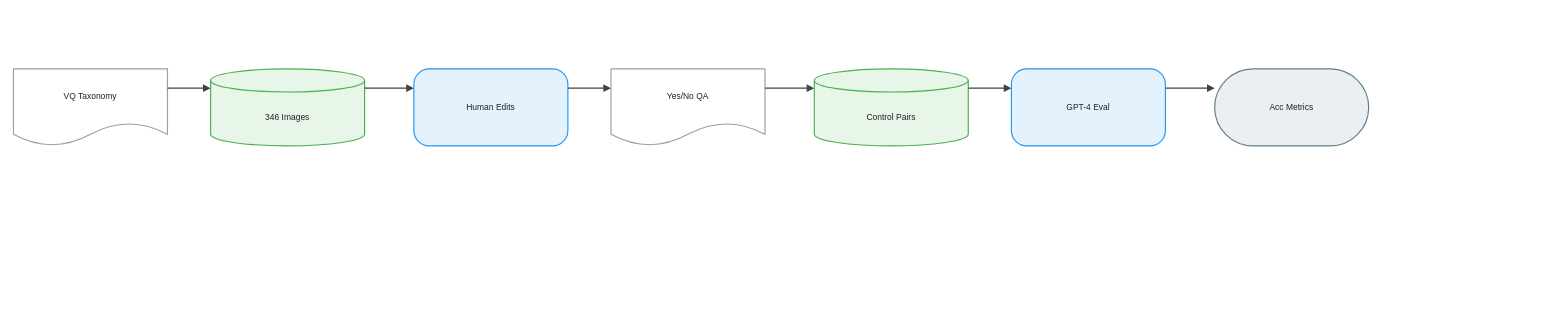
The draw.io diagram client/public/drawio/HallusionBench/HallusionBench.en.drawio in joe1chief/benchmark-hub, before the edit. Source tidied: cells renumbered, new cells numbered last; positions are measured from the earlier drawing's top-left corner, leaving out a move shared by most shapes. Both pictures are drawn from the tidied source at 77%, with x=0, y=0 at pixel (13, 69).
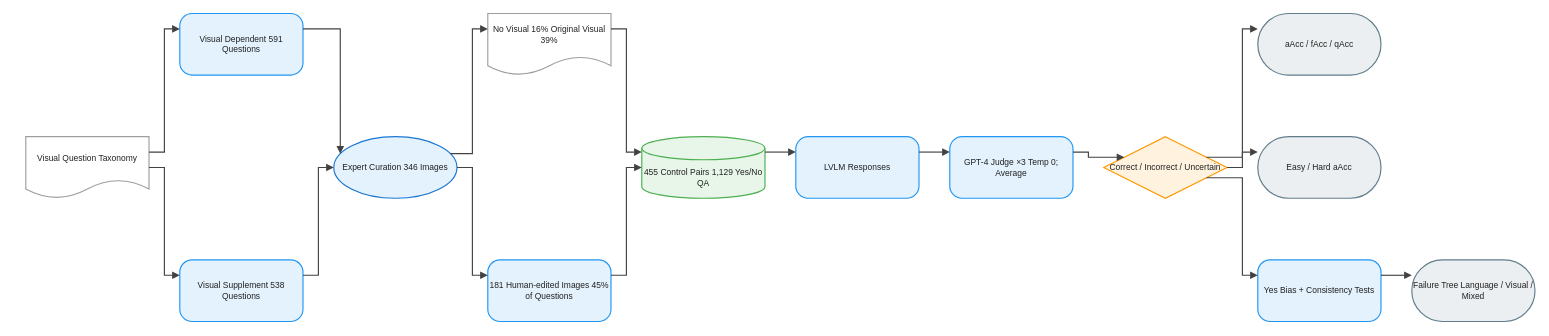
The same diagram, later.

The edit, as a diff of the source:
```diff
@@
-    <mxCell id="2" value="VQ Taxonomy" style="shape=document;boundedLbl=1;html=1;whiteSpace=wrap;fillColor=#FFFFFF;strokeColor=#9E9E9E;strokeWidth=1.5;fontColor=#212121;fontSize=11;fontFamily=Arial, Helvetica, sans-serif;verticalAlign=middle;align=center;" parent="1" vertex="1">
-      <mxGeometry width="200" height="100" as="geometry" />
+    <mxCell id="2" value="Visual Question Taxonomy" style="shape=document;boundedLbl=1;html=1;whiteSpace=wrap;fillColor=#FFFFFF;strokeColor=#9E9E9E;strokeWidth=1.5;fontColor=#212121;fontSize=11;fontFamily=Arial, Helvetica, sans-serif;verticalAlign=middle;align=center;" parent="1" vertex="1">
+      <mxGeometry x="16" y="88" width="160" height="80" as="geometry" />
     </mxCell>
-    <mxCell id="3" value="346 Images" style="shape=cylinder3;boundedLbl=1;backgroundOutline=1;size=15;html=1;whiteSpace=wrap;fillColor=#E8F5E9;strokeColor=#4CAF50;strokeWidth=1.5;fontColor=#212121;fontSize=11;fontFamily=Arial, Helvetica, sans-serif;verticalAlign=middle;align=center;" parent="1" vertex="1">
-      <mxGeometry x="256" width="200" height="100" as="geometry" />
+    <mxCell id="3" value="Visual Dependent 591 Questions" style="rounded=1;arcSize=20;html=1;whiteSpace=wrap;fillColor=#E3F2FD;strokeColor=#2196F3;strokeWidth=1.5;fontColor=#212121;fontSize=11;fontFamily=Arial, Helvetica, sans-serif;verticalAlign=middle;align=center;" parent="1" vertex="1">
+      <mxGeometry x="216" y="-72" width="160" height="80" as="geometry" />
     </mxCell>
-    <mxCell id="4" value="Human Edits" style="rounded=1;arcSize=20;html=1;whiteSpace=wrap;fillColor=#E3F2FD;strokeColor=#2196F3;strokeWidth=1.5;fontColor=#212121;fontSize=11;fontFamily=Arial, Helvetica, sans-serif;verticalAlign=middle;align=center;" parent="1" vertex="1">
-      <mxGeometry x="520" width="200" height="100" as="geometry" />
+    <mxCell id="4" value="Visual Supplement 538 Questions" style="rounded=1;arcSize=20;html=1;whiteSpace=wrap;fillColor=#E3F2FD;strokeColor=#2196F3;strokeWidth=1.5;fontColor=#212121;fontSize=11;fontFamily=Arial, Helvetica, sans-serif;verticalAlign=middle;align=center;" parent="1" vertex="1">
+      <mxGeometry x="216" y="248" width="160" height="80" as="geometry" />
     </mxCell>
-    <mxCell id="5" value="Yes/No QA" style="shape=document;boundedLbl=1;html=1;whiteSpace=wrap;fillColor=#FFFFFF;strokeColor=#9E9E9E;strokeWidth=1.5;fontColor=#212121;fontSize=11;fontFamily=Arial, Helvetica, sans-serif;verticalAlign=middle;align=center;" parent="1" vertex="1">
-      <mxGeometry x="776" width="200" height="100" as="geometry" />
+    <mxCell id="5" value="Expert Curation 346 Images" style="ellipse;html=1;whiteSpace=wrap;fillColor=#E3F2FD;strokeColor=#1976D2;strokeWidth=1.5;fontColor=#212121;fontSize=11;fontFamily=Arial, Helvetica, sans-serif;verticalAlign=middle;align=center;" parent="1" vertex="1">
+      <mxGeometry x="416" y="88" width="160" height="80" as="geometry" />
     </mxCell>
-    <mxCell id="6" value="Control Pairs" style="shape=cylinder3;boundedLbl=1;backgroundOutline=1;size=15;html=1;whiteSpace=wrap;fillColor=#E8F5E9;strokeColor=#4CAF50;strokeWidth=1.5;fontColor=#212121;fontSize=11;fontFamily=Arial, Helvetica, sans-serif;verticalAlign=middle;align=center;" parent="1" vertex="1">
-      <mxGeometry x="1040" width="200" height="100" as="geometry" />
+    <mxCell id="6" value="No Visual 16% Original Visual 39%" style="shape=document;boundedLbl=1;html=1;whiteSpace=wrap;fillColor=#FFFFFF;strokeColor=#9E9E9E;strokeWidth=1.5;fontColor=#212121;fontSize=11;fontFamily=Arial, Helvetica, sans-serif;verticalAlign=middle;align=center;" parent="1" vertex="1">
+      <mxGeometry x="616" y="-72" width="160" height="80" as="geometry" />
     </mxCell>
-    <mxCell id="7" value="GPT-4 Eval" style="rounded=1;arcSize=20;html=1;whiteSpace=wrap;fillColor=#E3F2FD;strokeColor=#2196F3;strokeWidth=1.5;fontColor=#212121;fontSize=11;fontFamily=Arial, Helvetica, sans-serif;verticalAlign=middle;align=center;" parent="1" vertex="1">
-      <mxGeometry x="1296" width="200" height="100" as="geometry" />
+    <mxCell id="7" value="181 Human-edited Images 45% of Questions" style="rounded=1;arcSize=20;html=1;whiteSpace=wrap;fillColor=#E3F2FD;strokeColor=#2196F3;strokeWidth=1.5;fontColor=#212121;fontSize=11;fontFamily=Arial, Helvetica, sans-serif;verticalAlign=middle;align=center;" parent="1" vertex="1">
+      <mxGeometry x="616" y="248" width="160" height="80" as="geometry" />
     </mxCell>
-    <mxCell id="8" value="Acc Metrics" style="rounded=1;arcSize=50;html=1;whiteSpace=wrap;fillColor=#ECEFF1;strokeColor=#607D8B;strokeWidth=1.5;fontColor=#212121;fontSize=11;fontFamily=Arial, Helvetica, sans-serif;verticalAlign=middle;align=center;" parent="1" vertex="1">
-      <mxGeometry x="1560" width="200" height="100" as="geometry" />
+    <mxCell id="8" value="455 Control Pairs 1,129 Yes/No QA" style="shape=cylinder3;boundedLbl=1;backgroundOutline=1;size=15;html=1;whiteSpace=wrap;fillColor=#E8F5E9;strokeColor=#4CAF50;strokeWidth=1.5;fontColor=#212121;fontSize=11;fontFamily=Arial, Helvetica, sans-serif;verticalAlign=middle;align=center;" parent="1" vertex="1">
+      <mxGeometry x="816" y="88" width="160" height="80" as="geometry" />
     </mxCell>
-    <mxCell id="9" style="edgeStyle=orthogonalEdgeStyle;rounded=0;jettySize=auto;html=1;strokeColor=#424242;strokeWidth=1.5;endArrow=block;endFill=1;exitX=1;exitY=0.25;exitDx=0;exitDy=0;entryX=0;entryY=0.25;entryDx=0;entryDy=0;jumpStyle=arc;jumpSize=8;" parent="1" edge="1" source="2" target="3">
-      <mxGeometry relative="1" as="geometry" />
+    <mxCell id="9" value="LVLM Responses" style="rounded=1;arcSize=20;html=1;whiteSpace=wrap;fillColor=#E3F2FD;strokeColor=#2196F3;strokeWidth=1.5;fontColor=#212121;fontSize=11;fontFamily=Arial, Helvetica, sans-serif;verticalAlign=middle;align=center;" parent="1" vertex="1">
+      <mxGeometry x="1016" y="88" width="160" height="80" as="geometry" />
     </mxCell>
-    <mxCell id="10" style="edgeStyle=orthogonalEdgeStyle;rounded=0;jettySize=auto;html=1;strokeColor=#424242;strokeWidth=1.5;endArrow=block;endFill=1;exitX=1;exitY=0.25;exitDx=0;exitDy=0;entryX=0;entryY=0.25;entryDx=0;entryDy=0;jumpStyle=arc;jumpSize=8;" parent="1" edge="1" source="3" target="4">
-      <mxGeometry relative="1" as="geometry" />
+    <mxCell id="10" value="GPT-4 Judge ×3 Temp 0; Average" style="rounded=1;arcSize=20;html=1;whiteSpace=wrap;fillColor=#E3F2FD;strokeColor=#2196F3;strokeWidth=1.5;fontColor=#212121;fontSize=11;fontFamily=Arial, Helvetica, sans-serif;verticalAlign=middle;align=center;" parent="1" vertex="1">
+      <mxGeometry x="1216" y="88" width="160" height="80" as="geometry" />
     </mxCell>
-    <mxCell id="11" style="edgeStyle=orthogonalEdgeStyle;rounded=0;jettySize=auto;html=1;strokeColor=#424242;strokeWidth=1.5;endArrow=block;endFill=1;exitX=1;exitY=0.25;exitDx=0;exitDy=0;entryX=0;entryY=0.25;entryDx=0;entryDy=0;jumpStyle=arc;jumpSize=8;" parent="1" edge="1" source="4" target="5">
-      <mxGeometry relative="1" as="geometry" />
+    <mxCell id="11" value="Correct / Incorrect / Uncertain" style="rhombus;html=1;whiteSpace=wrap;fillColor=#FFF3E0;strokeColor=#FF9800;strokeWidth=1.5;fontColor=#212121;fontSize=11;fontFamily=Arial, Helvetica, sans-serif;verticalAlign=middle;align=center;" parent="1" vertex="1">
+      <mxGeometry x="1416" y="88" width="160" height="80" as="geometry" />
     </mxCell>
-    <mxCell id="12" style="edgeStyle=orthogonalEdgeStyle;rounded=0;jettySize=auto;html=1;strokeColor=#424242;strokeWidth=1.5;endArrow=block;endFill=1;exitX=1;exitY=0.25;exitDx=0;exitDy=0;entryX=0;entryY=0.25;entryDx=0;entryDy=0;jumpStyle=arc;jumpSize=8;" parent="1" edge="1" source="5" target="6">
-      <mxGeometry relative="1" as="geometry" />
+    <mxCell id="12" value="aAcc / fAcc / qAcc" style="rounded=1;arcSize=50;html=1;whiteSpace=wrap;fillColor=#ECEFF1;strokeColor=#607D8B;strokeWidth=1.5;fontColor=#212121;fontSize=11;fontFamily=Arial, Helvetica, sans-serif;verticalAlign=middle;align=center;" parent="1" vertex="1">
+      <mxGeometry x="1616" y="-72" width="160" height="80" as="geometry" />
     </mxCell>
-    <mxCell id="13" style="edgeStyle=orthogonalEdgeStyle;rounded=0;jettySize=auto;html=1;strokeColor=#424242;strokeWidth=1.5;endArrow=block;endFill=1;exitX=1;exitY=0.25;exitDx=0;exitDy=0;entryX=0;entryY=0.25;entryDx=0;entryDy=0;jumpStyle=arc;jumpSize=8;" parent="1" edge="1" source="6" target="7">
-      <mxGeometry relative="1" as="geometry" />
+    <mxCell id="13" value="Easy / Hard aAcc" style="rounded=1;arcSize=50;html=1;whiteSpace=wrap;fillColor=#ECEFF1;strokeColor=#607D8B;strokeWidth=1.5;fontColor=#212121;fontSize=11;fontFamily=Arial, Helvetica, sans-serif;verticalAlign=middle;align=center;" parent="1" vertex="1">
+      <mxGeometry x="1616" y="88" width="160" height="80" as="geometry" />
     </mxCell>
-    <mxCell id="14" style="edgeStyle=orthogonalEdgeStyle;rounded=0;jettySize=auto;html=1;strokeColor=#424242;strokeWidth=1.5;endArrow=block;endFill=1;exitX=1;exitY=0.25;exitDx=0;exitDy=0;entryX=0;entryY=0.25;entryDx=0;entryDy=0;jumpStyle=arc;jumpSize=8;" parent="1" edge="1" source="7" target="8">
-      <mxGeometry relative="1" as="geometry" />
+    <mxCell id="14" value="Yes Bias + Consistency Tests" style="rounded=1;arcSize=20;html=1;whiteSpace=wrap;fillColor=#E3F2FD;strokeColor=#2196F3;strokeWidth=1.5;fontColor=#212121;fontSize=11;fontFamily=Arial, Helvetica, sans-serif;verticalAlign=middle;align=center;" parent="1" vertex="1">
+      <mxGeometry x="1616" y="248" width="160" height="80" as="geometry" />
     </mxCell>
+    <mxCell id="15" value="Failure Tree Language / Visual / Mixed" style="rounded=1;arcSize=50;html=1;whiteSpace=wrap;fillColor=#ECEFF1;strokeColor=#607D8B;strokeWidth=1.5;fontColor=#212121;fontSize=11;fontFamily=Arial, Helvetica, sans-serif;verticalAlign=middle;align=center;" parent="1" vertex="1">
+      <mxGeometry x="1816" y="248" width="160" height="80" as="geometry" />
+    </mxCell>
+    <mxCell id="16" style="edgeStyle=orthogonalEdgeStyle;rounded=0;jettySize=auto;html=1;strokeColor=#424242;strokeWidth=1.5;endArrow=block;endFill=1;exitX=1;exitY=0.25;exitDx=0;exitDy=0;entryX=0;entryY=0.25;entryDx=0;entryDy=0;jumpStyle=arc;jumpSize=8;" parent="1" edge="1" source="2" target="3">
+      <mxGeometry relative="1" as="geometry" />
+    </mxCell>
+    <mxCell id="17" style="edgeStyle=orthogonalEdgeStyle;rounded=0;jettySize=auto;html=1;strokeColor=#424242;strokeWidth=1.5;endArrow=block;endFill=1;exitX=1;exitY=0.5;exitDx=0;exitDy=0;entryX=0;entryY=0.25;entryDx=0;entryDy=0;jumpStyle=arc;jumpSize=8;" parent="1" edge="1" source="2" target="4">
+      <mxGeometry relative="1" as="geometry" />
+    </mxCell>
+    <mxCell id="18" style="edgeStyle=orthogonalEdgeStyle;rounded=0;jettySize=auto;html=1;strokeColor=#424242;strokeWidth=1.5;endArrow=block;endFill=1;exitX=1;exitY=0.25;exitDx=0;exitDy=0;entryX=0;entryY=0.25;entryDx=0;entryDy=0;jumpStyle=arc;jumpSize=8;" parent="1" edge="1" source="3" target="5">
+      <mxGeometry relative="1" as="geometry" />
+    </mxCell>
+    <mxCell id="19" style="edgeStyle=orthogonalEdgeStyle;rounded=0;jettySize=auto;html=1;strokeColor=#424242;strokeWidth=1.5;endArrow=block;endFill=1;exitX=1;exitY=0.25;exitDx=0;exitDy=0;entryX=0;entryY=0.5;entryDx=0;entryDy=0;jumpStyle=arc;jumpSize=8;" parent="1" edge="1" source="4" target="5">
+      <mxGeometry relative="1" as="geometry" />
+    </mxCell>
+    <mxCell id="20" style="edgeStyle=orthogonalEdgeStyle;rounded=0;jettySize=auto;html=1;strokeColor=#424242;strokeWidth=1.5;endArrow=block;endFill=1;exitX=1;exitY=0.25;exitDx=0;exitDy=0;entryX=0;entryY=0.25;entryDx=0;entryDy=0;jumpStyle=arc;jumpSize=8;" parent="1" edge="1" source="5" target="6">
+      <mxGeometry relative="1" as="geometry" />
+    </mxCell>
+    <mxCell id="21" style="edgeStyle=orthogonalEdgeStyle;rounded=0;jettySize=auto;html=1;strokeColor=#424242;strokeWidth=1.5;endArrow=block;endFill=1;exitX=1;exitY=0.5;exitDx=0;exitDy=0;entryX=0;entryY=0.25;entryDx=0;entryDy=0;jumpStyle=arc;jumpSize=8;" parent="1" edge="1" source="5" target="7">
+      <mxGeometry relative="1" as="geometry" />
+    </mxCell>
+    <mxCell id="22" style="edgeStyle=orthogonalEdgeStyle;rounded=0;jettySize=auto;html=1;strokeColor=#424242;strokeWidth=1.5;endArrow=block;endFill=1;exitX=1;exitY=0.25;exitDx=0;exitDy=0;entryX=0;entryY=0.25;entryDx=0;entryDy=0;jumpStyle=arc;jumpSize=8;" parent="1" edge="1" source="6" target="8">
+      <mxGeometry relative="1" as="geometry" />
+    </mxCell>
+    <mxCell id="23" style="edgeStyle=orthogonalEdgeStyle;rounded=0;jettySize=auto;html=1;strokeColor=#424242;strokeWidth=1.5;endArrow=block;endFill=1;exitX=1;exitY=0.25;exitDx=0;exitDy=0;entryX=0;entryY=0.5;entryDx=0;entryDy=0;jumpStyle=arc;jumpSize=8;" parent="1" edge="1" source="7" target="8">
+      <mxGeometry relative="1" as="geometry" />
+    </mxCell>
+    <mxCell id="24" style="edgeStyle=orthogonalEdgeStyle;rounded=0;jettySize=auto;html=1;strokeColor=#424242;strokeWidth=1.5;endArrow=block;endFill=1;exitX=1;exitY=0.25;exitDx=0;exitDy=0;entryX=0;entryY=0.25;entryDx=0;entryDy=0;jumpStyle=arc;jumpSize=8;" parent="1" edge="1" source="8" target="9">
+      <mxGeometry relative="1" as="geometry" />
+    </mxCell>
+    <mxCell id="25" style="edgeStyle=orthogonalEdgeStyle;rounded=0;jettySize=auto;html=1;strokeColor=#424242;strokeWidth=1.5;endArrow=block;endFill=1;exitX=1;exitY=0.25;exitDx=0;exitDy=0;entryX=0;entryY=0.25;entryDx=0;entryDy=0;jumpStyle=arc;jumpSize=8;" parent="1" edge="1" source="9" target="10">
+      <mxGeometry relative="1" as="geometry" />
+    </mxCell>
+    <mxCell id="26" style="edgeStyle=orthogonalEdgeStyle;rounded=0;jettySize=auto;html=1;strokeColor=#424242;strokeWidth=1.5;endArrow=block;endFill=1;exitX=1;exitY=0.25;exitDx=0;exitDy=0;entryX=0;entryY=0.25;entryDx=0;entryDy=0;jumpStyle=arc;jumpSize=8;" parent="1" edge="1" source="10" target="11">
+      <mxGeometry relative="1" as="geometry" />
+    </mxCell>
+    <mxCell id="27" style="edgeStyle=orthogonalEdgeStyle;rounded=0;jettySize=auto;html=1;strokeColor=#424242;strokeWidth=1.5;endArrow=block;endFill=1;exitX=1;exitY=0.25;exitDx=0;exitDy=0;entryX=0;entryY=0.25;entryDx=0;entryDy=0;jumpStyle=arc;jumpSize=8;" parent="1" edge="1" source="11" target="12">
+      <mxGeometry relative="1" as="geometry" />
+    </mxCell>
+    <mxCell id="28" style="edgeStyle=orthogonalEdgeStyle;rounded=0;jettySize=auto;html=1;strokeColor=#424242;strokeWidth=1.5;endArrow=block;endFill=1;exitX=1;exitY=0.5;exitDx=0;exitDy=0;entryX=0;entryY=0.25;entryDx=0;entryDy=0;jumpStyle=arc;jumpSize=8;" parent="1" edge="1" source="11" target="13">
+      <mxGeometry relative="1" as="geometry" />
+    </mxCell>
+    <mxCell id="29" style="edgeStyle=orthogonalEdgeStyle;rounded=0;jettySize=auto;html=1;strokeColor=#424242;strokeWidth=1.5;endArrow=block;endFill=1;exitX=1;exitY=0.75;exitDx=0;exitDy=0;entryX=0;entryY=0.25;entryDx=0;entryDy=0;jumpStyle=arc;jumpSize=8;" parent="1" edge="1" source="11" target="14">
+      <mxGeometry relative="1" as="geometry" />
+    </mxCell>
+    <mxCell id="30" style="edgeStyle=orthogonalEdgeStyle;rounded=0;jettySize=auto;html=1;strokeColor=#424242;strokeWidth=1.5;endArrow=block;endFill=1;exitX=1;exitY=0.25;exitDx=0;exitDy=0;entryX=0;entryY=0.25;entryDx=0;entryDy=0;jumpStyle=arc;jumpSize=8;" parent="1" edge="1" source="14" target="15">
+      <mxGeometry relative="1" as="geometry" />
+    </mxCell>
```
